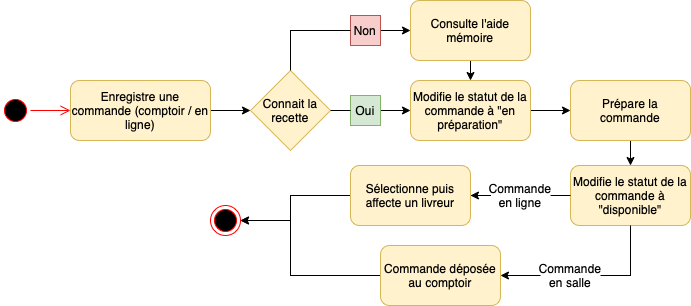
This is package cuisine.png from YvesC88/Project-6, a draw.io export, as it was before one commit. Source tidied: cells renumbered, new cells last; positions are measured from the earlier drawing's top-left corner, leaving out a move shared by most shapes.
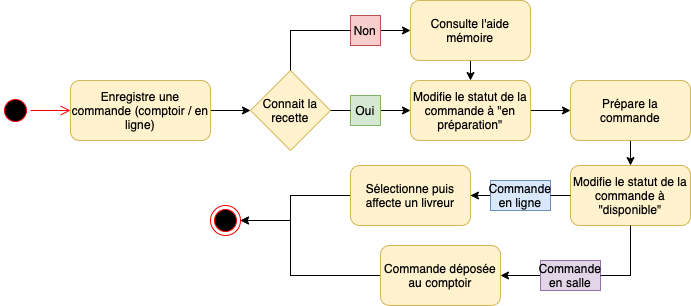
Later version of the same file.

Change to the diagram source:
```diff
@@ -84,13 +84,13 @@
     <mxCell id="25" value="Commande déposée au comptoir" style="whiteSpace=wrap;html=1;rounded=1;strokeColor=#d6b656;fillColor=#fff2cc;" parent="1" vertex="1">
       <mxGeometry x="380" y="245" width="120" height="60" as="geometry" />
     </mxCell>
-    <mxCell id="26" value="Commande&lt;br&gt;en ligne" style="text;html=1;strokeColor=none;fillColor=none;align=center;verticalAlign=middle;whiteSpace=wrap;rounded=0;" parent="1" vertex="1">
+    <mxCell id="26" value="Commande&lt;br&gt;en ligne" style="text;html=1;strokeColor=#6c8ebf;fillColor=#dae8fc;align=center;verticalAlign=middle;whiteSpace=wrap;rounded=0;" parent="1" vertex="1">
       <mxGeometry x="490" y="180" width="60" height="30" as="geometry" />
     </mxCell>
     <mxCell id="27" style="edgeStyle=orthogonalEdgeStyle;rounded=0;jettySize=auto;html=1;endArrow=none;endFill=1;entryX=1;entryY=0.5;entryDx=0;entryDy=0;exitX=0;exitY=0.5;exitDx=0;exitDy=0;" parent="1" edge="1" source="19" target="26">
       <mxGeometry relative="1" as="geometry" />
     </mxCell>
-    <mxCell id="28" value="Commande&lt;br&gt;en salle" style="text;html=1;strokeColor=none;fillColor=none;align=center;verticalAlign=middle;whiteSpace=wrap;rounded=0;" parent="1" vertex="1">
+    <mxCell id="28" value="Commande&lt;br&gt;en salle" style="text;html=1;strokeColor=#9673a6;fillColor=#e1d5e7;align=center;verticalAlign=middle;whiteSpace=wrap;rounded=0;" parent="1" vertex="1">
       <mxGeometry x="540" y="260" width="60" height="30" as="geometry" />
     </mxCell>
     <mxCell id="29" style="edgeStyle=orthogonalEdgeStyle;rounded=0;jettySize=auto;html=1;endArrow=none;endFill=1;entryX=1;entryY=0.5;entryDx=0;entryDy=0;exitX=0.5;exitY=1;exitDx=0;exitDy=0;" parent="1" edge="1" source="19" target="28">
```
